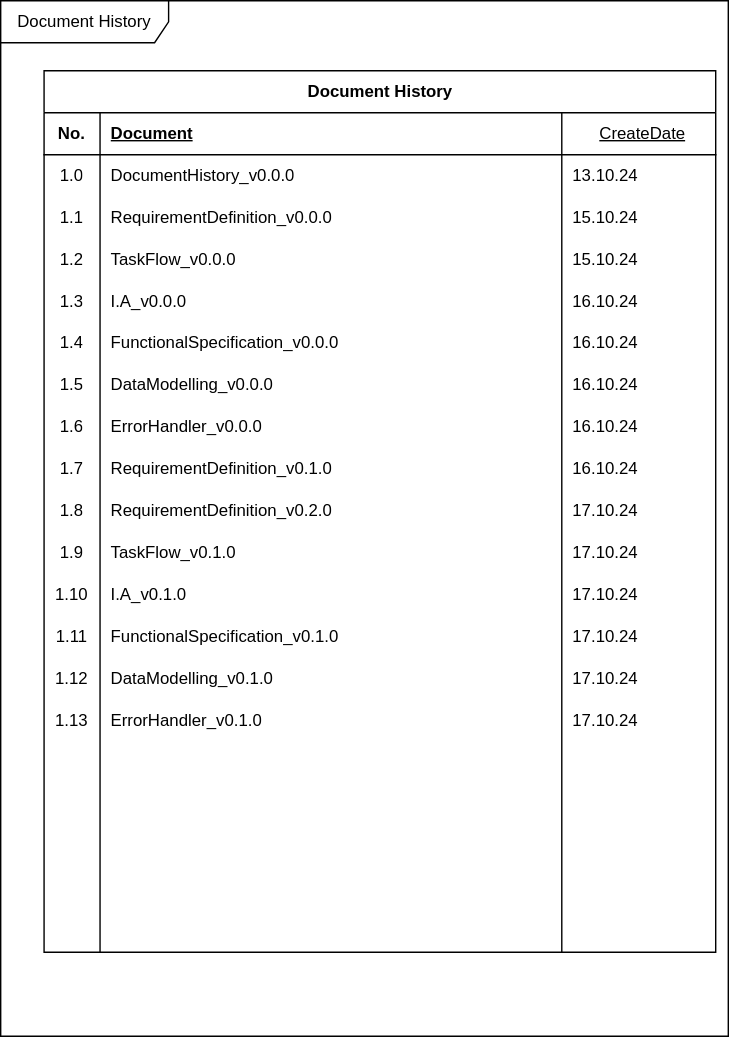
Earlier version of the draw.io export Document/WeadinatorDocumentation.svg (cjungwo/Weadinator). Source tidied: cells renumbered, new cells last; positions are measured from the earlier drawing's top-left corner, leaving out a move shared by most shapes.
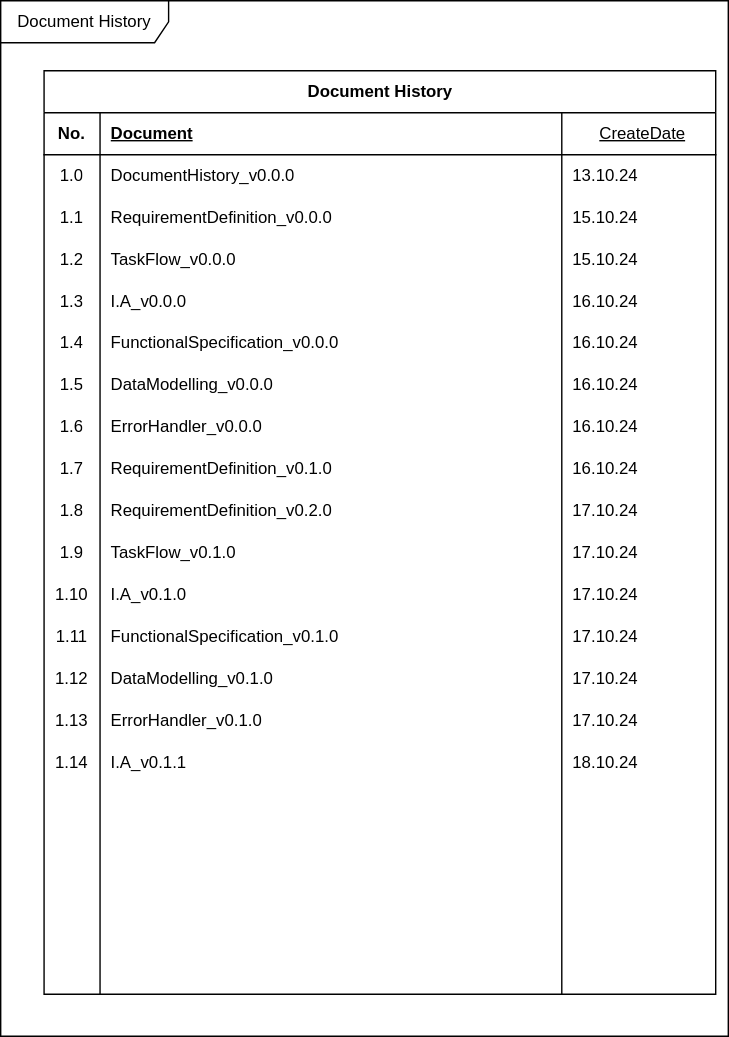
Above is the later version.

Change to the diagram source:
```diff
@@ -6,7 +6,7 @@
       <mxGeometry width="520" height="740" as="geometry" />
     </mxCell>
     <mxCell id="3" value="Document History" style="shape=table;startSize=30;rowLines=0;fontStyle=1;align=center;html=1;" parent="2" vertex="1">
-      <mxGeometry x="31" y="50" width="480" height="630" as="geometry" />
+      <mxGeometry x="31" y="50" width="480" height="660" as="geometry" />
     </mxCell>
     <mxCell id="4" style="shape=tableRow;horizontal=0;startSize=0;swimlaneHead=0;swimlaneBody=0;fillColor=none;top=0;left=0;right=0;bottom=1;" parent="3" vertex="1">
       <mxGeometry y="30" width="480" height="30" as="geometry" />
@@ -188,8 +188,20 @@
     <mxCell id="63" value="17.10.24" style="shape=partialRectangle;fillColor=none;top=0;left=0;bottom=0;right=0;align=left;spacingLeft=6;overflow=hidden;whiteSpace=wrap;html=1;" parent="60" vertex="1">
       <mxGeometry x="370" width="110" height="30" as="geometry" />
     </mxCell>
+    <mxCell id="84" style="shape=tableRow;horizontal=0;startSize=0;swimlaneHead=0;swimlaneBody=0;fillColor=none;top=0;left=0;right=0;bottom=0;" parent="3" vertex="1">
+      <mxGeometry y="480" width="480" height="30" as="geometry" />
+    </mxCell>
+    <mxCell id="85" value="1.14" style="shape=partialRectangle;fillColor=none;top=0;left=0;bottom=0;right=0;overflow=hidden;whiteSpace=wrap;html=1;" parent="84" vertex="1">
+      <mxGeometry width="40" height="30" as="geometry" />
+    </mxCell>
+    <mxCell id="86" value="I.A_v0.1.1" style="shape=partialRectangle;fillColor=none;top=0;left=0;bottom=0;right=0;align=left;spacingLeft=6;overflow=hidden;whiteSpace=wrap;html=1;" parent="84" vertex="1">
+      <mxGeometry x="40" width="330" height="30" as="geometry" />
+    </mxCell>
+    <mxCell id="87" value="18.10.24" style="shape=partialRectangle;fillColor=none;top=0;left=0;bottom=0;right=0;align=left;spacingLeft=6;overflow=hidden;whiteSpace=wrap;html=1;" parent="84" vertex="1">
+      <mxGeometry x="370" width="110" height="30" as="geometry" />
+    </mxCell>
     <mxCell id="64" style="shape=tableRow;horizontal=0;startSize=0;swimlaneHead=0;swimlaneBody=0;fillColor=none;top=0;left=0;right=0;bottom=0;" parent="3" vertex="1">
-      <mxGeometry y="480" width="480" height="30" as="geometry" />
+      <mxGeometry y="510" width="480" height="30" as="geometry" />
     </mxCell>
     <mxCell id="65" style="shape=partialRectangle;fillColor=none;top=0;left=0;bottom=0;right=0;overflow=hidden;whiteSpace=wrap;html=1;" parent="64" vertex="1">
       <mxGeometry width="40" height="30" as="geometry" />
@@ -201,7 +213,7 @@
       <mxGeometry x="370" width="110" height="30" as="geometry" />
     </mxCell>
     <mxCell id="68" style="shape=tableRow;horizontal=0;startSize=0;swimlaneHead=0;swimlaneBody=0;fillColor=none;top=0;left=0;right=0;bottom=0;" parent="3" vertex="1">
-      <mxGeometry y="510" width="480" height="30" as="geometry" />
+      <mxGeometry y="540" width="480" height="30" as="geometry" />
     </mxCell>
     <mxCell id="69" style="shape=partialRectangle;fillColor=none;top=0;left=0;bottom=0;right=0;overflow=hidden;whiteSpace=wrap;html=1;" parent="68" vertex="1">
       <mxGeometry width="40" height="30" as="geometry" />
@@ -213,7 +225,7 @@
       <mxGeometry x="370" width="110" height="30" as="geometry" />
     </mxCell>
     <mxCell id="72" style="shape=tableRow;horizontal=0;startSize=0;swimlaneHead=0;swimlaneBody=0;fillColor=none;top=0;left=0;right=0;bottom=0;" parent="3" vertex="1">
-      <mxGeometry y="540" width="480" height="30" as="geometry" />
+      <mxGeometry y="570" width="480" height="30" as="geometry" />
     </mxCell>
     <mxCell id="73" style="shape=partialRectangle;fillColor=none;top=0;left=0;bottom=0;right=0;overflow=hidden;whiteSpace=wrap;html=1;" parent="72" vertex="1">
       <mxGeometry width="40" height="30" as="geometry" />
@@ -225,7 +237,7 @@
       <mxGeometry x="370" width="110" height="30" as="geometry" />
     </mxCell>
     <mxCell id="76" style="shape=tableRow;horizontal=0;startSize=0;swimlaneHead=0;swimlaneBody=0;fillColor=none;top=0;left=0;right=0;bottom=0;" parent="3" vertex="1">
-      <mxGeometry y="570" width="480" height="30" as="geometry" />
+      <mxGeometry y="600" width="480" height="30" as="geometry" />
     </mxCell>
     <mxCell id="77" style="shape=partialRectangle;fillColor=none;top=0;left=0;bottom=0;right=0;overflow=hidden;whiteSpace=wrap;html=1;" parent="76" vertex="1">
       <mxGeometry width="40" height="30" as="geometry" />
@@ -237,7 +249,7 @@
       <mxGeometry x="370" width="110" height="30" as="geometry" />
     </mxCell>
     <mxCell id="80" style="shape=tableRow;horizontal=0;startSize=0;swimlaneHead=0;swimlaneBody=0;fillColor=none;top=0;left=0;right=0;bottom=0;" parent="3" vertex="1">
-      <mxGeometry y="600" width="480" height="30" as="geometry" />
+      <mxGeometry y="630" width="480" height="30" as="geometry" />
     </mxCell>
     <mxCell id="81" style="shape=partialRectangle;fillColor=none;top=0;left=0;bottom=0;right=0;overflow=hidden;whiteSpace=wrap;html=1;" parent="80" vertex="1">
       <mxGeometry width="40" height="30" as="geometry" />
```
